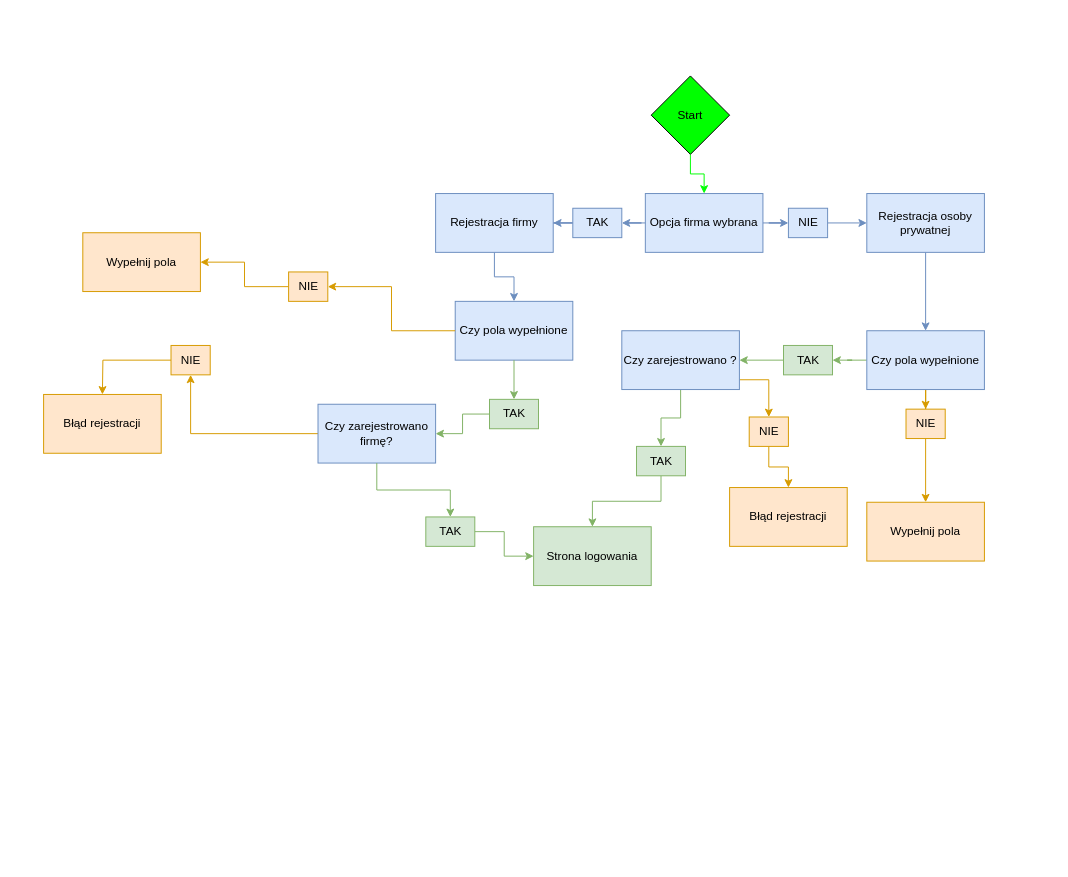
Above: Schemat rejestracji.drawio in mostekd/secur-it (draw.io), before the change. Source tidied: cells renumbered, new cells numbered last; positions are measured from the earlier drawing's top-left corner, leaving out a move shared by most shapes. Both pictures are drawn from the tidied source at 98%, with x=0, y=0 at pixel (43, 75).
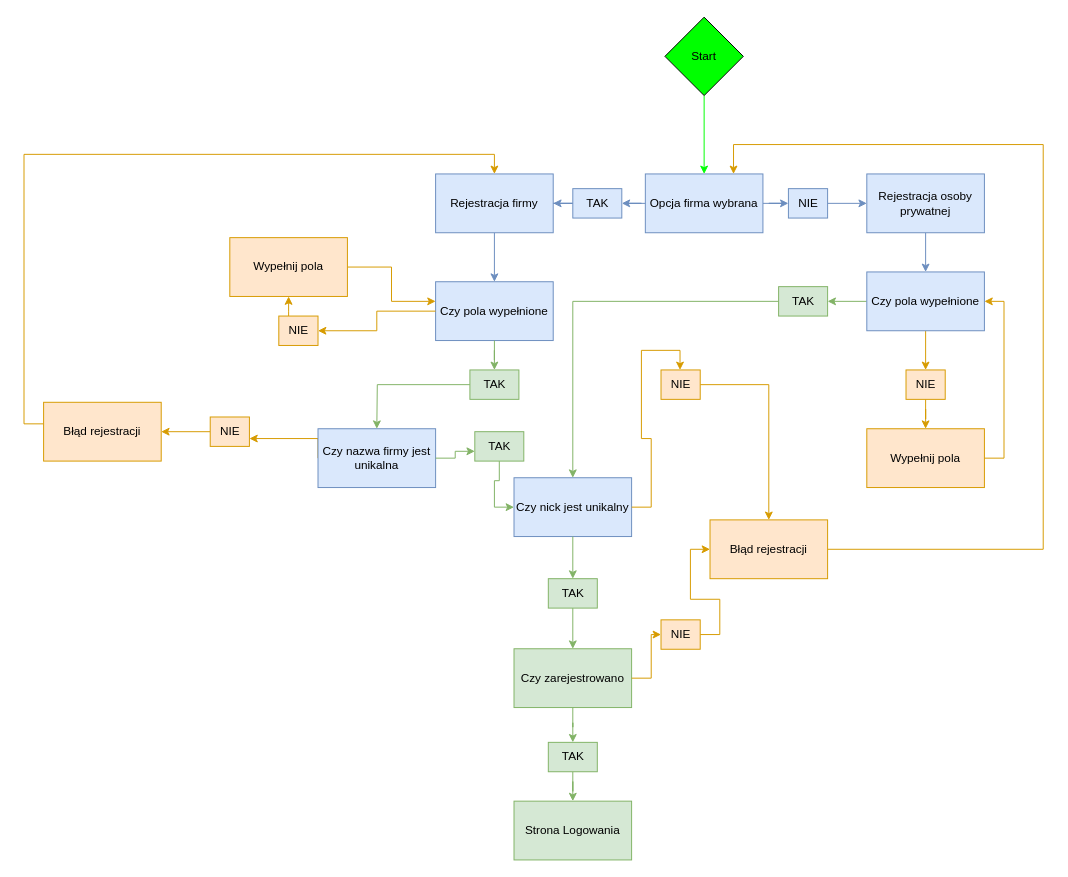
The same page after the edit.

The edit, as a diff of the source:
```diff
@@
     <mxCell id="3" value="Start" style="rhombus;whiteSpace=wrap;html=1;gradientColor=none;fillStyle=solid;fillColor=#00ff00;" parent="1" vertex="1">
-      <mxGeometry x="620" width="80" height="80" as="geometry" />
+      <mxGeometry x="634" y="-60" width="80" height="80" as="geometry" />
     </mxCell>
@@
     <mxCell id="7" value="Opcja firma wybrana" style="rounded=0;whiteSpace=wrap;html=1;fillColor=#dae8fc;strokeColor=#6c8ebf;" parent="1" vertex="1">
-      <mxGeometry x="614" y="120" width="120" height="60" as="geometry" />
+      <mxGeometry x="614" y="100" width="120" height="60" as="geometry" />
     </mxCell>
@@
     <mxCell id="9" value="Rejestracja firmy" style="rounded=0;whiteSpace=wrap;html=1;fillColor=#dae8fc;strokeColor=#6c8ebf;" parent="1" vertex="1">
-      <mxGeometry x="400" y="120" width="120" height="60" as="geometry" />
+      <mxGeometry x="400" y="100" width="120" height="60" as="geometry" />
     </mxCell>
@@
     <mxCell id="11" value="Rejestracja osoby prywatnej" style="whiteSpace=wrap;html=1;rounded=0;fillColor=#dae8fc;strokeColor=#6c8ebf;" parent="1" vertex="1">
-      <mxGeometry x="840" y="120" width="120" height="60" as="geometry" />
+      <mxGeometry x="840" y="100" width="120" height="60" as="geometry" />
     </mxCell>
-    <mxCell id="12" style="edgeStyle=orthogonalEdgeStyle;rounded=0;jettySize=auto;html=1;fillColor=#d5e8d4;strokeColor=#82b366;" parent="1" edge="1" source="20" target="17">
-      <mxGeometry relative="1" as="geometry" />
+    <mxCell id="12" style="edgeStyle=orthogonalEdgeStyle;rounded=0;jettySize=auto;html=1;fillColor=#d5e8d4;strokeColor=#82b366;" parent="1" edge="1" source="20">
+      <mxGeometry relative="1" as="geometry">
+        <mxPoint x="340" y="360" as="targetPoint" />
+      </mxGeometry>
     </mxCell>
     <mxCell id="13" style="edgeStyle=orthogonalEdgeStyle;rounded=0;jettySize=auto;html=1;fillColor=#ffe6cc;strokeColor=#d79b00;" parent="1" edge="1" source="22" target="18">
-      <mxGeometry relative="1" as="geometry" />
+      <mxGeometry relative="1" as="geometry">
+        <Array as="points">
+          <mxPoint x="250" y="240" />
+          <mxPoint x="250" y="240" />
+        </Array>
+      </mxGeometry>
     </mxCell>
     <mxCell id="14" value="Czy pola wypełnione" style="whiteSpace=wrap;html=1;rounded=0;fillColor=#dae8fc;strokeColor=#6c8ebf;" parent="1" vertex="1">
-      <mxGeometry x="420" y="230" width="120" height="60" as="geometry" />
+      <mxGeometry x="400" y="210" width="120" height="60" as="geometry" />
     </mxCell>
-    <mxCell id="15" style="edgeStyle=orthogonalEdgeStyle;rounded=0;jettySize=auto;html=1;fillColor=#d5e8d4;strokeColor=#82b366;" parent="1" edge="1" source="28" target="26">
-      <mxGeometry relative="1" as="geometry" />
-    </mxCell>
-    <mxCell id="16" style="edgeStyle=orthogonalEdgeStyle;rounded=0;jettySize=auto;html=1;fillColor=#ffe6cc;strokeColor=#d79b00;" parent="1" edge="1" source="17" target="30">
-      <mxGeometry relative="1" as="geometry" />
+    <mxCell id="16" style="edgeStyle=orthogonalEdgeStyle;rounded=0;jettySize=auto;html=1;fillColor=#ffe6cc;strokeColor=#d79b00;" parent="1" edge="1" target="30">
+      <mxGeometry relative="1" as="geometry">
+        <mxPoint x="280" y="390" as="sourcePoint" />
+        <Array as="points">
+          <mxPoint x="280" y="370" />
+        </Array>
+      </mxGeometry>
     </mxCell>
-    <mxCell id="17" value="Czy zarejestrowano firmę?" style="whiteSpace=wrap;html=1;rounded=0;fillColor=#dae8fc;strokeColor=#6c8ebf;" parent="1" vertex="1">
-      <mxGeometry x="280" y="335" width="120" height="60" as="geometry" />
-    </mxCell>
+    <mxCell id="48" style="edgeStyle=orthogonalEdgeStyle;rounded=0;jettySize=auto;html=1;fillColor=#ffe6cc;strokeColor=#d79b00;" parent="1" edge="1" source="18" target="14">
+      <mxGeometry relative="1" as="geometry">
+        <Array as="points">
+          <mxPoint x="355" y="195" />
+          <mxPoint x="355" y="230" />
+        </Array>
+      </mxGeometry>
+    </mxCell>
     <mxCell id="18" value="Wypełnij pola" style="whiteSpace=wrap;html=1;rounded=0;fillColor=#ffe6cc;strokeColor=#d79b00;" parent="1" vertex="1">
-      <mxGeometry x="40" y="160" width="120" height="60" as="geometry" />
+      <mxGeometry x="190" y="165" width="120" height="60" as="geometry" />
     </mxCell>
@@
     <mxCell id="20" value="TAK" style="text;html=1;align=center;verticalAlign=middle;points=[];strokeColor=#82b366;fillColor=#d5e8d4;" parent="1" vertex="1">
-      <mxGeometry x="455" y="330" width="50" height="30" as="geometry" />
+      <mxGeometry x="435" y="300" width="50" height="30" as="geometry" />
     </mxCell>
@@
     <mxCell id="22" value="NIE" style="text;html=1;align=center;verticalAlign=middle;points=[];strokeColor=#d79b00;fillColor=#ffe6cc;" parent="1" vertex="1">
-      <mxGeometry x="250" y="200" width="40" height="30" as="geometry" />
+      <mxGeometry x="240" y="245" width="40" height="30" as="geometry" />
     </mxCell>
@@
     <mxCell id="24" value="TAK" style="text;html=1;align=center;verticalAlign=middle;points=[];strokeColor=#6c8ebf;fillColor=#dae8fc;" parent="1" vertex="1">
-      <mxGeometry x="540" y="135" width="50" height="30" as="geometry" />
+      <mxGeometry x="540" y="115" width="50" height="30" as="geometry" />
     </mxCell>
     <mxCell id="25" value="NIE" style="text;html=1;align=center;verticalAlign=middle;points=[];strokeColor=#6c8ebf;fillColor=#dae8fc;" parent="1" vertex="1">
-      <mxGeometry x="760" y="135" width="40" height="30" as="geometry" />
+      <mxGeometry x="760" y="115" width="40" height="30" as="geometry" />
     </mxCell>
-    <mxCell id="26" value="Strona logowania" style="whiteSpace=wrap;html=1;rounded=0;fillColor=#d5e8d4;strokeColor=#82b366;" parent="1" vertex="1">
-      <mxGeometry x="500" y="460" width="120" height="60" as="geometry" />
-    </mxCell>
-    <mxCell id="27" style="edgeStyle=orthogonalEdgeStyle;rounded=0;jettySize=auto;html=1;fillColor=#d5e8d4;strokeColor=#82b366;" parent="1" edge="1" source="17" target="28">
-      <mxGeometry relative="1" as="geometry" />
-    </mxCell>
-    <mxCell id="28" value="TAK" style="text;html=1;align=center;verticalAlign=middle;points=[];strokeColor=#82b366;fillColor=#d5e8d4;" parent="1" vertex="1">
-      <mxGeometry x="390" y="450" width="50" height="30" as="geometry" />
-    </mxCell>
-    <mxCell id="29" style="edgeStyle=orthogonalEdgeStyle;rounded=0;jettySize=auto;html=1;fillColor=#ffe6cc;strokeColor=#d79b00;" parent="1" edge="1" source="30">
-      <mxGeometry relative="1" as="geometry">
-        <mxPoint x="60" y="325" as="targetPoint" />
-      </mxGeometry>
+    <mxCell id="29" style="edgeStyle=orthogonalEdgeStyle;rounded=0;jettySize=auto;html=1;fillColor=#ffe6cc;strokeColor=#d79b00;entryX=1;entryY=0.5;entryDx=0;entryDy=0;" parent="1" edge="1" source="30" target="42">
+      <mxGeometry relative="1" as="geometry" />
     </mxCell>
     <mxCell id="30" value="NIE" style="text;html=1;align=center;verticalAlign=middle;points=[];strokeColor=#d79b00;fillColor=#ffe6cc;" parent="1" vertex="1">
-      <mxGeometry x="130" y="275" width="40" height="30" as="geometry" />
+      <mxGeometry x="170" y="348" width="40" height="30" as="geometry" />
     </mxCell>
@@
     <mxCell id="33" value="Czy pola wypełnione" style="whiteSpace=wrap;html=1;rounded=0;fillColor=#dae8fc;strokeColor=#6c8ebf;" parent="1" vertex="1">
-      <mxGeometry x="840" y="260" width="120" height="60" as="geometry" />
+      <mxGeometry x="840" y="200" width="120" height="60" as="geometry" />
     </mxCell>
@@
     <mxCell id="35" value="TAK" style="text;html=1;align=center;verticalAlign=middle;points=[];strokeColor=#82b366;fillColor=#d5e8d4;" parent="1" vertex="1">
-      <mxGeometry x="755" y="275" width="50" height="30" as="geometry" />
+      <mxGeometry x="750" y="215" width="50" height="30" as="geometry" />
     </mxCell>
@@
     <mxCell id="37" value="NIE" style="text;html=1;align=center;verticalAlign=middle;points=[];strokeColor=#d79b00;fillColor=#ffe6cc;" parent="1" vertex="1">
-      <mxGeometry x="880" y="340" width="40" height="30" as="geometry" />
+      <mxGeometry x="880" y="300" width="40" height="30" as="geometry" />
     </mxCell>
+    <mxCell id="49" style="edgeStyle=orthogonalEdgeStyle;rounded=0;jettySize=auto;html=1;entryX=1;entryY=0.5;entryDx=0;entryDy=0;fillColor=#ffe6cc;strokeColor=#d79b00;" parent="1" edge="1" source="38" target="33">
+      <mxGeometry relative="1" as="geometry">
+        <Array as="points">
+          <mxPoint x="980" y="390" />
+          <mxPoint x="980" y="230" />
+        </Array>
+      </mxGeometry>
+    </mxCell>
     <mxCell id="38" value="Wypełnij pola" style="whiteSpace=wrap;html=1;fillColor=#ffe6cc;strokeColor=#d79b00;" parent="1" vertex="1">
-      <mxGeometry x="840" y="435" width="120" height="60" as="geometry" />
+      <mxGeometry x="840" y="360" width="120" height="60" as="geometry" />
     </mxCell>
-    <mxCell id="39" style="edgeStyle=orthogonalEdgeStyle;rounded=0;jettySize=auto;html=1;fillColor=#d5e8d4;strokeColor=#82b366;" parent="1" edge="1" source="41" target="44">
-      <mxGeometry relative="1" as="geometry" />
-    </mxCell>
-    <mxCell id="40" style="edgeStyle=orthogonalEdgeStyle;rounded=0;jettySize=auto;html=1;fillColor=#ffe6cc;strokeColor=#d79b00;" parent="1" edge="1" source="41" target="47">
-      <mxGeometry relative="1" as="geometry">
-        <Array as="points">
-          <mxPoint x="740" y="310" />
-        </Array>
-      </mxGeometry>
-    </mxCell>
+    <mxCell id="50" style="edgeStyle=orthogonalEdgeStyle;rounded=0;jettySize=auto;html=1;fillColor=#d5e8d4;strokeColor=#82b366;" parent="1" edge="1" source="61" target="59">
+      <mxGeometry relative="1" as="geometry" />
+    </mxCell>
-    <mxCell id="41" value="Czy zarejestrowano ?" style="whiteSpace=wrap;html=1;fillColor=#dae8fc;strokeColor=#6c8ebf;" parent="1" vertex="1">
-      <mxGeometry x="590" y="260" width="120" height="60" as="geometry" />
+    <mxCell id="41" value="Czy nick jest unikalny" style="whiteSpace=wrap;html=1;fillColor=#dae8fc;strokeColor=#6c8ebf;" parent="1" vertex="1">
+      <mxGeometry x="480" y="410" width="120" height="60" as="geometry" />
     </mxCell>
+    <mxCell id="51" style="edgeStyle=orthogonalEdgeStyle;rounded=0;jettySize=auto;html=1;entryX=0.5;entryY=0;entryDx=0;entryDy=0;fillColor=#ffe6cc;strokeColor=#d79b00;" parent="1" edge="1" source="42" target="9">
+      <mxGeometry relative="1" as="geometry">
+        <Array as="points">
+          <mxPoint x="-20" y="355" />
+          <mxPoint x="-20" y="80" />
+          <mxPoint x="460" y="80" />
+        </Array>
+      </mxGeometry>
+    </mxCell>
     <mxCell id="42" value="Błąd rejestracji" style="whiteSpace=wrap;html=1;fillColor=#ffe6cc;strokeColor=#d79b00;" parent="1" vertex="1">
-      <mxGeometry y="325" width="120" height="60" as="geometry" />
+      <mxGeometry y="333" width="120" height="60" as="geometry" />
     </mxCell>
-    <mxCell id="43" style="edgeStyle=orthogonalEdgeStyle;rounded=0;jettySize=auto;html=1;fillColor=#d5e8d4;strokeColor=#82b366;" parent="1" edge="1" source="44" target="26">
-      <mxGeometry relative="1" as="geometry" />
-    </mxCell>
-    <mxCell id="44" value="TAK" style="text;html=1;align=center;verticalAlign=middle;points=[];strokeColor=#82b366;fillColor=#d5e8d4;" parent="1" vertex="1">
-      <mxGeometry x="605" y="378" width="50" height="30" as="geometry" />
-    </mxCell>
+    <mxCell id="52" style="edgeStyle=orthogonalEdgeStyle;rounded=0;jettySize=auto;html=1;entryX=0.75;entryY=0;entryDx=0;entryDy=0;fillColor=#ffe6cc;strokeColor=#d79b00;" parent="1" edge="1" source="45" target="7">
+      <mxGeometry relative="1" as="geometry">
+        <Array as="points">
+          <mxPoint x="1020" y="483" />
+          <mxPoint x="1020" y="70" />
+          <mxPoint x="704" y="70" />
+        </Array>
+      </mxGeometry>
+    </mxCell>
     <mxCell id="45" value="Błąd rejestracji" style="whiteSpace=wrap;html=1;fillColor=#ffe6cc;strokeColor=#d79b00;" parent="1" vertex="1">
-      <mxGeometry x="700" y="420" width="120" height="60" as="geometry" />
+      <mxGeometry x="680" y="453" width="120" height="60" as="geometry" />
     </mxCell>
-    <mxCell id="46" style="edgeStyle=orthogonalEdgeStyle;rounded=0;jettySize=auto;html=1;fillColor=#ffe6cc;strokeColor=#d79b00;" parent="1" edge="1" source="47" target="45">
+    <mxCell id="46" style="edgeStyle=orthogonalEdgeStyle;rounded=0;jettySize=auto;html=1;entryX=0.5;entryY=0;entryDx=0;entryDy=0;fillColor=#ffe6cc;strokeColor=#d79b00;" parent="1" edge="1" source="47" target="45">
       <mxGeometry relative="1" as="geometry" />
     </mxCell>
     <mxCell id="47" value="NIE" style="text;html=1;align=center;verticalAlign=middle;points=[];strokeColor=#d79b00;fillColor=#ffe6cc;" parent="1" vertex="1">
-      <mxGeometry x="720" y="348" width="40" height="30" as="geometry" />
+      <mxGeometry x="630" y="300" width="40" height="30" as="geometry" />
     </mxCell>
+    <mxCell id="40" style="edgeStyle=orthogonalEdgeStyle;rounded=0;jettySize=auto;html=1;entryX=0.485;entryY=0;entryDx=0;entryDy=0;entryPerimeter=0;fillColor=#ffe6cc;strokeColor=#d79b00;" parent="1" edge="1" source="41" target="47">
+      <mxGeometry relative="1" as="geometry" />
+    </mxCell>
+    <mxCell id="53" value="Czy nazwa firmy jest unikalna" style="whiteSpace=wrap;html=1;rounded=0;fillColor=#dae8fc;strokeColor=#6c8ebf;" parent="1" vertex="1">
+      <mxGeometry x="280" y="360" width="120" height="60" as="geometry" />
+    </mxCell>
+    <mxCell id="54" style="edgeStyle=orthogonalEdgeStyle;rounded=0;jettySize=auto;html=1;entryX=0;entryY=0.5;entryDx=0;entryDy=0;fillColor=#d5e8d4;strokeColor=#82b366;" parent="1" edge="1" source="56" target="41">
+      <mxGeometry relative="1" as="geometry" />
+    </mxCell>
+    <mxCell id="55" style="edgeStyle=orthogonalEdgeStyle;rounded=0;jettySize=auto;html=1;entryX=0;entryY=0.667;entryDx=0;entryDy=0;entryPerimeter=0;fillColor=#d5e8d4;strokeColor=#82b366;" parent="1" edge="1" source="53" target="56">
+      <mxGeometry relative="1" as="geometry" />
+    </mxCell>
+    <mxCell id="56" value="TAK" style="text;html=1;align=center;verticalAlign=middle;points=[];strokeColor=#82b366;fillColor=#d5e8d4;" parent="1" vertex="1">
+      <mxGeometry x="440" y="363" width="50" height="30" as="geometry" />
+    </mxCell>
+    <mxCell id="57" style="edgeStyle=orthogonalEdgeStyle;rounded=0;jettySize=auto;html=1;entryX=0;entryY=0.5;entryDx=0;entryDy=0;fillColor=#ffe6cc;strokeColor=#d79b00;" parent="1" edge="1" source="63" target="45">
+      <mxGeometry relative="1" as="geometry" />
+    </mxCell>
+    <mxCell id="58" style="edgeStyle=orthogonalEdgeStyle;rounded=0;jettySize=auto;html=1;fillColor=#d5e8d4;strokeColor=#82b366;" parent="1" edge="1" source="66" target="64">
+      <mxGeometry relative="1" as="geometry" />
+    </mxCell>
+    <mxCell id="59" value="Czy zarejestrowano" style="whiteSpace=wrap;html=1;fillColor=#d5e8d4;strokeColor=#82b366;" parent="1" vertex="1">
+      <mxGeometry x="480" y="584.5" width="120" height="60" as="geometry" />
+    </mxCell>
+    <mxCell id="60" style="edgeStyle=orthogonalEdgeStyle;rounded=0;jettySize=auto;html=1;fillColor=#d5e8d4;strokeColor=#82b366;" parent="1" edge="1" source="41" target="61">
+      <mxGeometry relative="1" as="geometry" />
+    </mxCell>
+    <mxCell id="61" value="TAK" style="text;html=1;align=center;verticalAlign=middle;points=[];strokeColor=#82b366;fillColor=#d5e8d4;" parent="1" vertex="1">
+      <mxGeometry x="515" y="513" width="50" height="30" as="geometry" />
+    </mxCell>
+    <mxCell id="62" style="edgeStyle=orthogonalEdgeStyle;rounded=0;jettySize=auto;html=1;entryX=0;entryY=0.5;entryDx=0;entryDy=0;fillColor=#ffe6cc;strokeColor=#d79b00;" parent="1" edge="1" source="59" target="63">
+      <mxGeometry relative="1" as="geometry" />
+    </mxCell>
+    <mxCell id="63" value="NIE" style="text;html=1;align=center;verticalAlign=middle;points=[];strokeColor=#d79b00;fillColor=#ffe6cc;" parent="1" vertex="1">
+      <mxGeometry x="630" y="555" width="40" height="30" as="geometry" />
+    </mxCell>
+    <mxCell id="64" value="Strona Logowania" style="whiteSpace=wrap;html=1;fillColor=#d5e8d4;strokeColor=#82b366;" parent="1" vertex="1">
+      <mxGeometry x="480" y="740" width="120" height="60" as="geometry" />
+    </mxCell>
+    <mxCell id="65" style="edgeStyle=orthogonalEdgeStyle;rounded=0;jettySize=auto;html=1;fillColor=#d5e8d4;strokeColor=#82b366;" parent="1" edge="1" source="59" target="66">
+      <mxGeometry relative="1" as="geometry" />
+    </mxCell>
+    <mxCell id="66" value="TAK" style="text;html=1;align=center;verticalAlign=middle;points=[];strokeColor=#82b366;fillColor=#d5e8d4;" parent="1" vertex="1">
+      <mxGeometry x="515" y="680" width="50" height="30" as="geometry" />
+    </mxCell>
```
